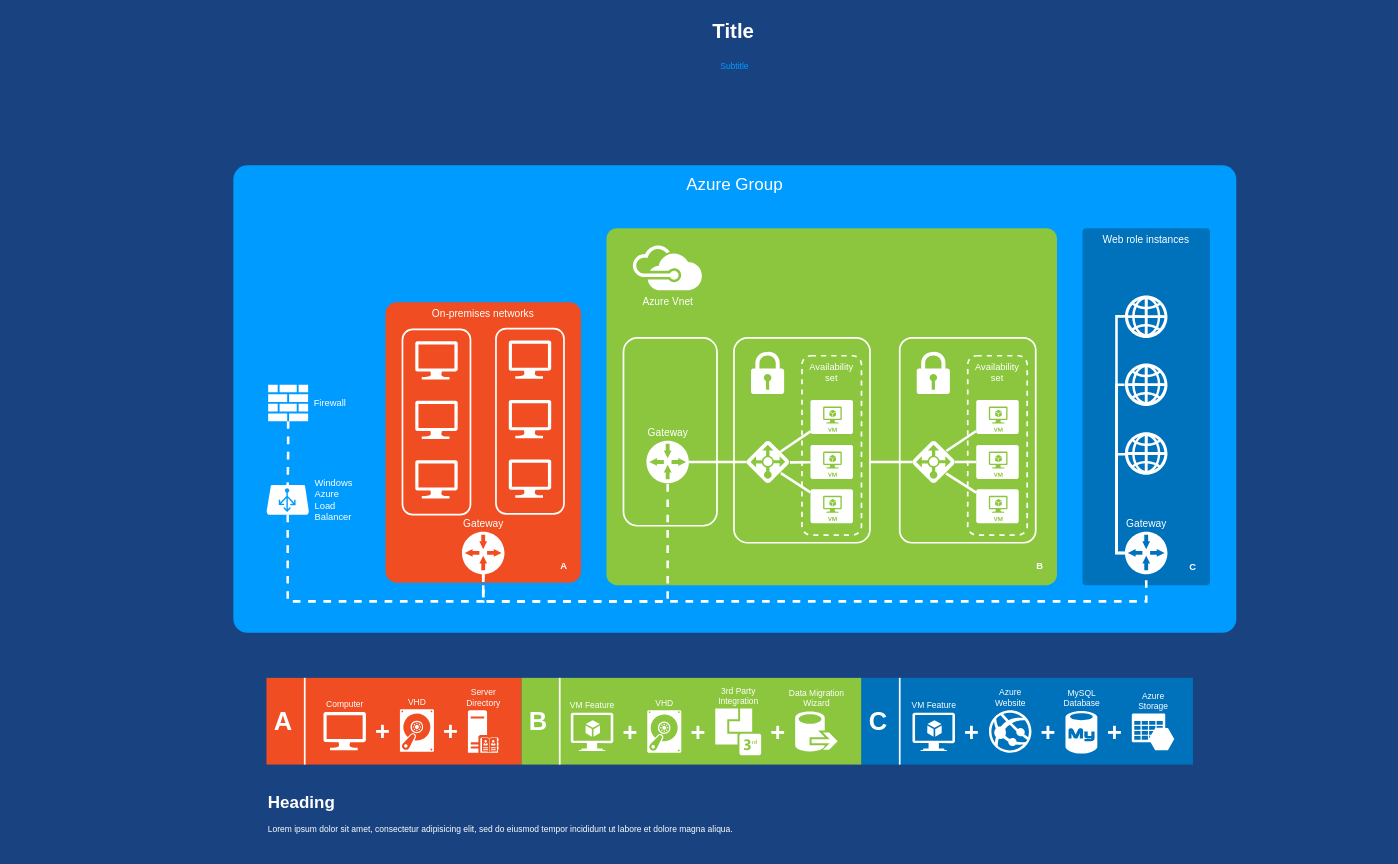
lykkelig/Udacity keeps this draw.io diagram as Untitled Diagram.drawio. Above is the earlier version. Source tidied: cells renumbered, new cells numbered last; positions are measured from the earlier drawing's top-left corner, leaving out a move shared by most shapes. Both pictures are drawn from the tidied source at 85%, with x=0, y=0 at pixel (86, 14). Pictures stored in the file or linked from it are replaced by grey dashed boxes.
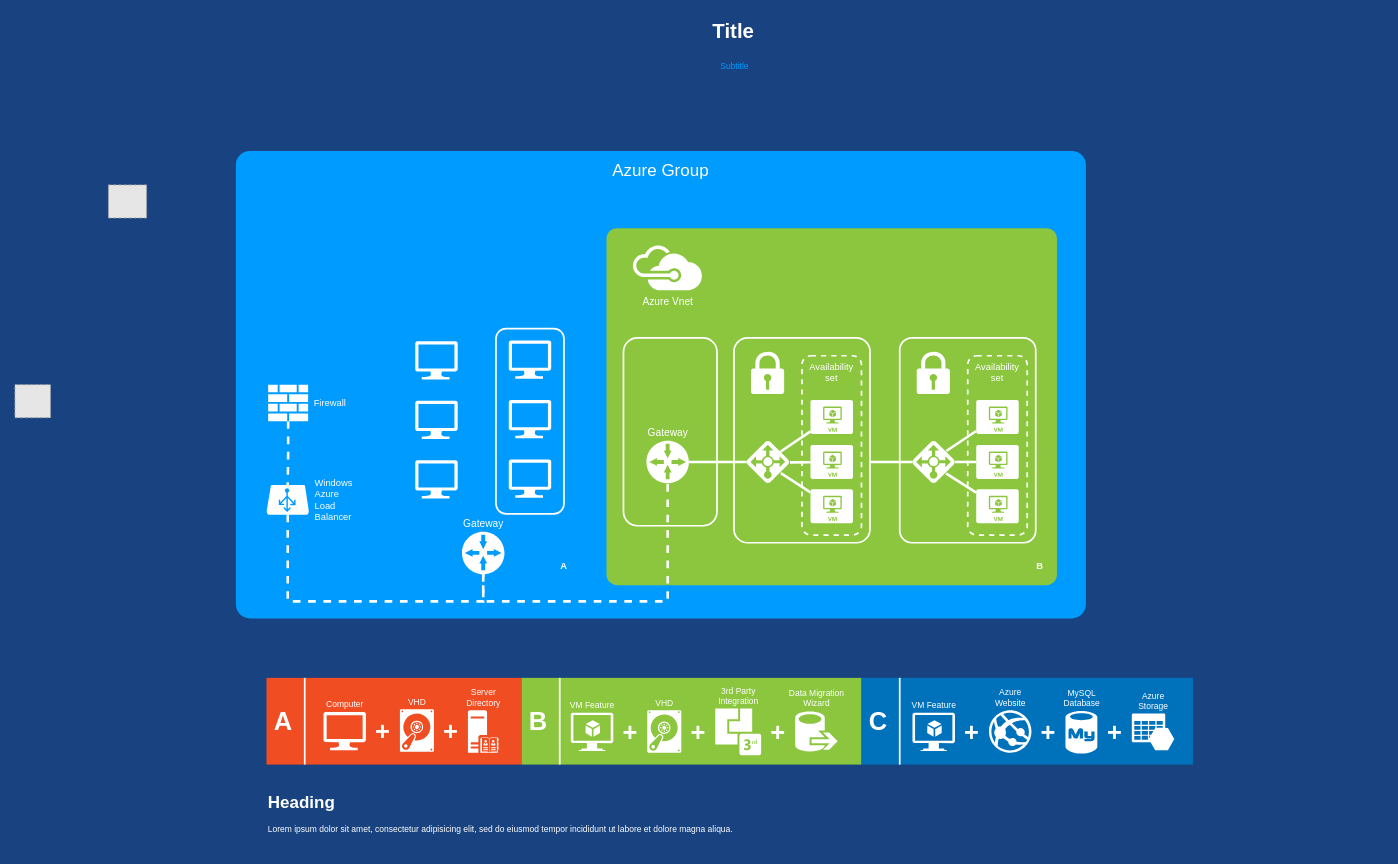
Above is the later version.

Commit message:
Load Balanced Web Server in Azure.drawio

The change refers to these unchanged cells:
```xml
<mxCell id="29" value="Gateway" style="shadow=0;dashed=0;html=1;strokeColor=none;shape=mxgraph.mscae.enterprise.gateway;fillColor=#FFFFFF;rounded=0;fontSize=12;fontColor=#FFFFFF;align=center;labelPosition=center;verticalLabelPosition=top;verticalAlign=bottom;" parent="1" vertex="1">
  <mxGeometry x="442" y="608" width="50" height="50" as="geometry" />
</mxCell>
```

Diff of the diagram source:
```diff
@@
     <mxCell id="2" value="Azure Group" style="whiteSpace=wrap;html=1;rounded=1;shadow=0;strokeColor=none;strokeWidth=2;fillColor=#009BFF;fontSize=20;fontColor=#FFFFFF;align=center;arcSize=3;verticalAlign=top;spacingTop=4;" parent="1" vertex="1">
-      <mxGeometry x="173" y="177" width="1180" height="550" as="geometry" />
+      <mxGeometry x="176" y="160" width="1000" height="550" as="geometry" />
     </mxCell>
-    <mxCell id="3" value="Web role instances" style="rounded=1;whiteSpace=wrap;html=1;shadow=0;strokeWidth=2;fillColor=#0072BC;fontSize=12;fontColor=#FFFFFF;align=center;strokeColor=none;arcSize=3;verticalAlign=top;" parent="1" vertex="1">
-      <mxGeometry x="1172" y="251" width="150" height="420" as="geometry" />
-    </mxCell>
@@
-    <mxCell id="7" value="On-premises networks" style="rounded=1;whiteSpace=wrap;html=1;shadow=0;strokeWidth=2;fillColor=#F04D22;fontSize=12;fontColor=#FFFFFF;align=center;strokeColor=none;arcSize=6;verticalAlign=top;" parent="1" vertex="1">
-      <mxGeometry x="352" y="338" width="230" height="330" as="geometry" />
-    </mxCell>
-    <mxCell id="8" style="rounded=1;whiteSpace=wrap;html=1;shadow=0;strokeWidth=2;fillColor=none;fontSize=12;fontColor=#000000;align=center;strokeColor=#FFFFFF;" parent="1" vertex="1">
-      <mxGeometry x="372" y="370" width="80" height="218" as="geometry" />
-    </mxCell>
@@
-    <mxCell id="43" style="edgeStyle=orthogonalEdgeStyle;html=1;startArrow=none;startFill=0;startSize=10;endArrow=none;endFill=0;endSize=10;strokeWidth=3;fontSize=11;fontColor=#FFFFFF;strokeColor=#FFFFFF;dashed=1;rounded=0;" parent="1" edge="1" source="29" target="51">
-      <mxGeometry relative="1" as="geometry">
-        <Array as="points">
-          <mxPoint x="467" y="690" />
-          <mxPoint x="1247" y="690" />
-        </Array>
-      </mxGeometry>
-    </mxCell>
@@
-    <mxCell id="46" style="shadow=0;dashed=0;html=1;strokeColor=none;shape=mxgraph.mscae.enterprise.web;fillColor=#FFFFFF;rounded=1;fontSize=11;fontColor=#FFFFFF;align=center;" parent="1" vertex="1">
-      <mxGeometry x="1222" y="491" width="50" height="50" as="geometry" />
-    </mxCell>
-    <mxCell id="47" style="shadow=0;dashed=0;html=1;strokeColor=none;shape=mxgraph.mscae.enterprise.web;fillColor=#FFFFFF;rounded=1;fontSize=11;fontColor=#FFFFFF;align=center;" parent="1" vertex="1">
-      <mxGeometry x="1222" y="410" width="50" height="50" as="geometry" />
-    </mxCell>
-    <mxCell id="48" style="shadow=0;dashed=0;html=1;strokeColor=none;shape=mxgraph.mscae.enterprise.web;fillColor=#FFFFFF;rounded=1;fontSize=11;fontColor=#FFFFFF;align=center;" parent="1" vertex="1">
-      <mxGeometry x="1222" y="330" width="50" height="50" as="geometry" />
-    </mxCell>
-    <mxCell id="49" style="edgeStyle=orthogonalEdgeStyle;rounded=0;elbow=vertical;html=1;startArrow=none;startFill=0;startSize=10;endArrow=none;endFill=0;endSize=10;strokeColor=#FFFFFF;strokeWidth=3;fontSize=20;fontColor=#FFFFFF;entryX=0.004;entryY=0.516;entryPerimeter=0;" parent="1" edge="1" source="51" target="46">
-      <mxGeometry relative="1" as="geometry">
-        <Array as="points">
-          <mxPoint x="1212" y="633" />
-          <mxPoint x="1212" y="517" />
-        </Array>
-      </mxGeometry>
-    </mxCell>
-    <mxCell id="50" style="edgeStyle=orthogonalEdgeStyle;rounded=0;elbow=vertical;html=1;entryX=-0.002;entryY=0.494;entryPerimeter=0;startArrow=none;startFill=0;startSize=10;endArrow=none;endFill=0;endSize=10;strokeColor=#FFFFFF;strokeWidth=3;fontSize=20;fontColor=#FFFFFF;" parent="1" edge="1" source="51" target="48">
-      <mxGeometry relative="1" as="geometry">
-        <Array as="points">
-          <mxPoint x="1212" y="633" />
-          <mxPoint x="1212" y="355" />
-        </Array>
-      </mxGeometry>
-    </mxCell>
-    <mxCell id="51" value="Gateway" style="shadow=0;dashed=0;html=1;strokeColor=none;shape=mxgraph.mscae.enterprise.gateway;fillColor=#FFFFFF;rounded=0;fontSize=12;fontColor=#FFFFFF;align=center;labelPosition=center;verticalLabelPosition=top;verticalAlign=bottom;" parent="1" vertex="1">
-      <mxGeometry x="1222" y="608" width="50" height="50" as="geometry" />
-    </mxCell>
@@
-    <mxCell id="54" value="C" style="text;html=1;strokeColor=none;fillColor=none;align=center;verticalAlign=middle;whiteSpace=wrap;rounded=1;shadow=0;fontSize=11;fontColor=#FFFFFF;fontStyle=1;" parent="1" vertex="1">
-      <mxGeometry x="1292" y="640" width="20" height="20" as="geometry" />
-    </mxCell>
@@
-    <mxCell id="86" style="edgeStyle=orthogonalEdgeStyle;rounded=0;elbow=vertical;html=1;startArrow=none;startFill=0;startSize=10;endArrow=none;endFill=0;endSize=10;strokeColor=#FFFFFF;strokeWidth=3;fontSize=20;fontColor=#FFFFFF;entryX=-0.009;entryY=0.502;entryPerimeter=0;" parent="1" edge="1" source="51" target="47">
-      <mxGeometry relative="1" as="geometry">
-        <Array as="points">
-          <mxPoint x="1212" y="633" />
-          <mxPoint x="1212" y="435" />
-        </Array>
-      </mxGeometry>
-    </mxCell>
+    <mxCell id="87" style="fillColor=#E6E6E6;strokeColor=#999999;dashed=1;verticalLabelPosition=bottom;labelBackgroundColor=#ffffff;verticalAlign=top;" parent="1" vertex="1">
+      <mxGeometry x="26" y="200" width="45" height="39" as="geometry" />
+    </mxCell>
+    <mxCell id="88" style="fillColor=#E6E6E6;strokeColor=#999999;dashed=1;verticalLabelPosition=bottom;labelBackgroundColor=#ffffff;verticalAlign=top;" parent="1" vertex="1">
+      <mxGeometry x="-84" y="435" width="42" height="39" as="geometry" />
+    </mxCell>
```
